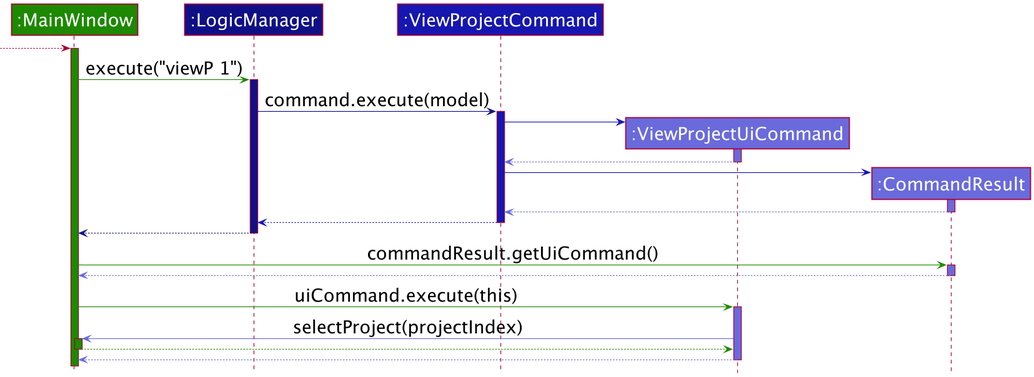
Before: docs/images/ViewProjectCommandSequenceDiagram.png, a diagram exported from PlantUML (nus-cs2103-AY2021S2/tp).
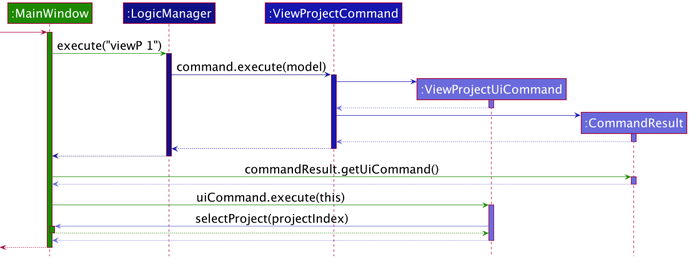
The same diagram one commit later.

Commit message:
fix view projects section

The edit, as a diff of the source:
```diff
@@ -9,7 +9,7 @@
 Participant ":CommandResult" as commandResult LOGIC_COLOR_T2
 
 
---> mainWindow
+-> mainWindow
 activate mainWindow UI_COLOR
 
 mainWindow -[UI_COLOR]> logic : execute("viewP 1")
@@ -55,4 +55,7 @@
 
 uiCommand --[LOGIC_COLOR_T2]> mainWindow
 deactivate uiCommand
+
+[<--mainWindow
+deactivate mainWindow
 @enduml
```
